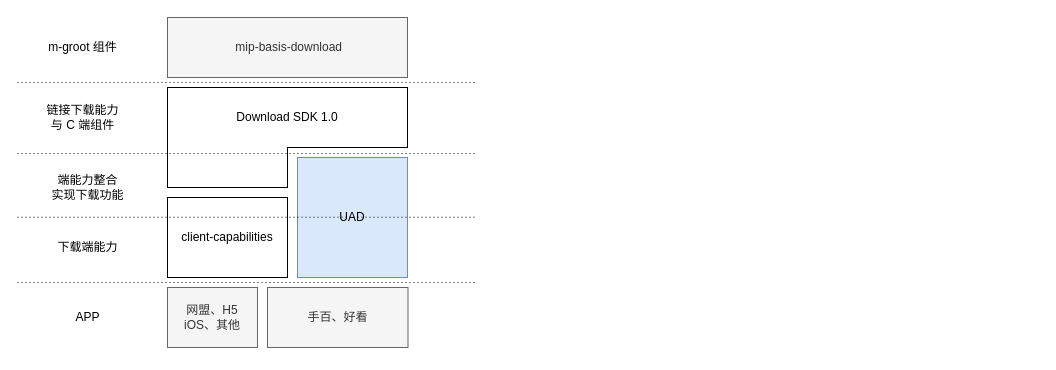
Earlier version of the draw.io diagram 下载 SDK 架构.drawio (qqqqqcy/processon). Source tidied: cells renumbered, new cells numbered last; positions are measured from the earlier drawing's top-left corner, leaving out a move shared by most shapes. Both pictures are drawn from the tidied source at 100%, with x=0, y=0 at pixel (17, 17).
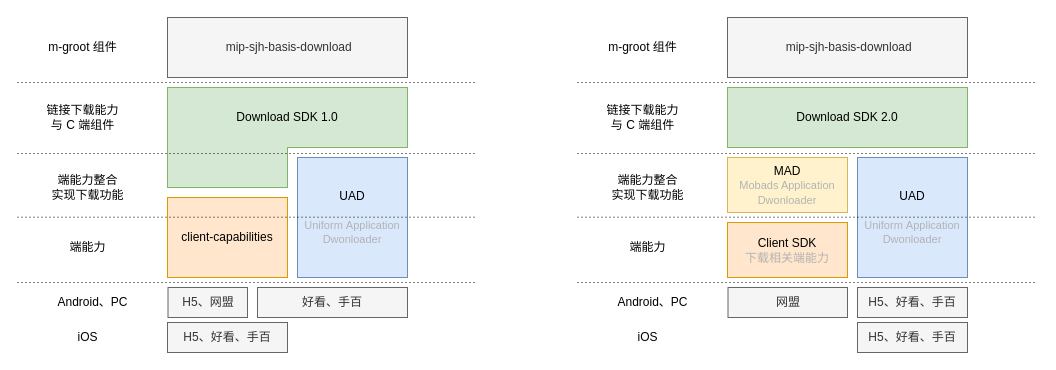
The same diagram, later.

Commit message (it also covers changes not shown here):
更新下载 SDK 架构.drawio

What changed in the source:
```diff
@@
-    <mxCell id="2" value="Download SDK 1.0" style="rounded=0;whiteSpace=wrap;html=1;" parent="1" vertex="1">
+    <mxCell id="2" value="Download SDK 1.0" style="rounded=0;whiteSpace=wrap;html=1;fillColor=#d5e8d4;strokeColor=#82b366;" parent="1" vertex="1">
       <mxGeometry x="150" y="70" width="240" height="60" as="geometry" />
     </mxCell>
-    <mxCell id="3" style="rounded=0;whiteSpace=wrap;html=1;noLabel=0;" parent="1" vertex="1">
+    <mxCell id="3" style="rounded=0;whiteSpace=wrap;html=1;noLabel=0;fillColor=#d5e8d4;strokeColor=#82b366;" parent="1" vertex="1">
       <mxGeometry x="150" y="130" width="120" height="40" as="geometry" />
     </mxCell>
-    <mxCell id="4" style="rounded=0;whiteSpace=wrap;html=1;fillColor=#ffffff;gradientColor=none;strokeColor=none;imageWidth=23;" parent="1" vertex="1">
+    <mxCell id="4" style="rounded=0;whiteSpace=wrap;html=1;fillColor=#d5e8d4;imageWidth=23;strokeColor=none;" parent="1" vertex="1">
       <mxGeometry x="150.5" y="126" width="119" height="10" as="geometry" />
     </mxCell>
-    <mxCell id="5" value="UAD" style="rounded=0;whiteSpace=wrap;html=1;fillColor=#dae8fc;strokeColor=#6c8ebf;" parent="1" vertex="1">
+    <mxCell id="5" value="UAD&lt;br&gt;&lt;span style=&quot;color: rgb(179 , 179 , 179) ; font-size: 11px&quot;&gt;&lt;br&gt;Uniform&amp;nbsp;Application Dwonloader&lt;/span&gt;" style="rounded=0;whiteSpace=wrap;html=1;fillColor=#dae8fc;strokeColor=#6c8ebf;" parent="1" vertex="1">
       <mxGeometry x="280" y="140" width="110" height="120" as="geometry" />
     </mxCell>
-    <mxCell id="6" value="client-capabilities" style="rounded=0;whiteSpace=wrap;html=1;fillColor=#ffffff;gradientColor=none;" parent="1" vertex="1">
+    <mxCell id="6" value="client-capabilities" style="rounded=0;whiteSpace=wrap;html=1;fillColor=#ffe6cc;strokeColor=#d79b00;" parent="1" vertex="1">
       <mxGeometry x="150" y="180" width="120" height="80" as="geometry" />
     </mxCell>
@@
-    <mxCell id="10" value="下载端能力" style="text;html=1;align=center;verticalAlign=middle;strokeColor=none;" parent="1" vertex="1">
-      <mxGeometry x="30" y="220" width="80" height="20" as="geometry" />
+    <mxCell id="10" value="端能力" style="text;html=1;align=center;verticalAlign=middle;strokeColor=none;" parent="1" vertex="1">
+      <mxGeometry x="45" y="220" width="50" height="20" as="geometry" />
     </mxCell>
@@
-    <mxCell id="12" value="手百、好看" style="rounded=0;whiteSpace=wrap;html=1;fillColor=#f5f5f5;strokeColor=#666666;fontColor=#333333;" parent="1" vertex="1">
-      <mxGeometry x="250" y="270" width="140.5" height="60" as="geometry" />
-    </mxCell>
-    <mxCell id="13" value="网盟、H5&lt;br&gt;iOS、其他" style="rounded=0;whiteSpace=wrap;html=1;fillColor=#f5f5f5;strokeColor=#666666;fontColor=#333333;" parent="1" vertex="1">
-      <mxGeometry x="150" y="270" width="90" height="60" as="geometry" />
-    </mxCell>
-    <mxCell id="14" value="&amp;nbsp;mip-basis-download" style="rounded=0;whiteSpace=wrap;html=1;fillColor=#f5f5f5;strokeColor=#666666;fontColor=#333333;" parent="1" vertex="1">
+    <mxCell id="14" value="&amp;nbsp;mip-sjh-basis-download" style="rounded=0;whiteSpace=wrap;html=1;fillColor=#f5f5f5;strokeColor=#666666;fontColor=#333333;" parent="1" vertex="1">
       <mxGeometry x="150" width="240" height="60" as="geometry" />
     </mxCell>
@@
-    <mxCell id="16" value="APP" style="text;html=1;align=center;verticalAlign=middle;strokeColor=none;" parent="1" vertex="1">
-      <mxGeometry x="50" y="290" width="40" height="20" as="geometry" />
-    </mxCell>
@@
+    <mxCell id="19" value="Download SDK 2.0" style="rounded=0;whiteSpace=wrap;html=1;fillColor=#d5e8d4;strokeColor=#82b366;" parent="1" vertex="1">
+      <mxGeometry x="710" y="70" width="240" height="60" as="geometry" />
+    </mxCell>
+    <mxCell id="20" value="UAD&lt;br&gt;&lt;span style=&quot;font-size: 11px&quot;&gt;&lt;font color=&quot;#b3b3b3&quot;&gt;&lt;br&gt;Uniform&amp;nbsp;Application Dwonloader&lt;/font&gt;&lt;/span&gt;" style="rounded=0;whiteSpace=wrap;html=1;fillColor=#dae8fc;strokeColor=#6c8ebf;" parent="1" vertex="1">
+      <mxGeometry x="840" y="140" width="110" height="120" as="geometry" />
+    </mxCell>
+    <mxCell id="21" style="endArrow=none;dashed=1;html=1;dashPattern=1 3;strokeWidth=1;fillColor=#ffe6cc;" parent="1" edge="1">
+      <mxGeometry relative="1" as="geometry">
+        <mxPoint x="560" y="199.7" as="sourcePoint" />
+        <mxPoint x="1020" y="199.7" as="targetPoint" />
+      </mxGeometry>
+    </mxCell>
+    <mxCell id="22" style="endArrow=none;dashed=1;html=1;dashPattern=1 3;strokeWidth=1;fillColor=#ffe6cc;" parent="1" edge="1">
+      <mxGeometry relative="1" as="geometry">
+        <mxPoint x="560" y="136" as="sourcePoint" />
+        <mxPoint x="1020" y="136" as="targetPoint" />
+      </mxGeometry>
+    </mxCell>
+    <mxCell id="23" value="端能力整合&lt;br&gt;实现下载功能" style="text;html=1;align=center;verticalAlign=middle;strokeColor=none;" parent="1" vertex="1">
+      <mxGeometry x="585" y="155" width="90" height="30" as="geometry" />
+    </mxCell>
+    <mxCell id="24" value="端能力" style="text;html=1;align=center;verticalAlign=middle;strokeColor=none;" parent="1" vertex="1">
+      <mxGeometry x="605" y="220" width="50" height="20" as="geometry" />
+    </mxCell>
+    <mxCell id="25" value="链接下载能力&lt;br&gt;与 C 端组件" style="text;html=1;align=center;verticalAlign=middle;strokeColor=none;" parent="1" vertex="1">
+      <mxGeometry x="580" y="85" width="90" height="30" as="geometry" />
+    </mxCell>
+    <mxCell id="26" value="&amp;nbsp;mip-sjh-basis-download" style="rounded=0;whiteSpace=wrap;html=1;fillColor=#f5f5f5;strokeColor=#666666;fontColor=#333333;" parent="1" vertex="1">
+      <mxGeometry x="710" width="240" height="60" as="geometry" />
+    </mxCell>
+    <mxCell id="27" style="endArrow=none;dashed=1;html=1;dashPattern=1 3;strokeWidth=1;fillColor=#ffe6cc;" parent="1" edge="1">
+      <mxGeometry relative="1" as="geometry">
+        <mxPoint x="560" y="265" as="sourcePoint" />
+        <mxPoint x="1020" y="265" as="targetPoint" />
+      </mxGeometry>
+    </mxCell>
+    <mxCell id="28" value="m-groot 组件" style="text;html=1;align=center;verticalAlign=middle;strokeColor=none;" parent="1" vertex="1">
+      <mxGeometry x="585" y="20" width="80" height="20" as="geometry" />
+    </mxCell>
+    <mxCell id="29" style="endArrow=none;dashed=1;html=1;dashPattern=1 3;strokeWidth=1;fillColor=#ffe6cc;" parent="1" edge="1">
+      <mxGeometry relative="1" as="geometry">
+        <mxPoint x="560" y="65" as="sourcePoint" />
+        <mxPoint x="1020" y="65" as="targetPoint" />
+      </mxGeometry>
+    </mxCell>
+    <mxCell id="30" value="Client SDK&lt;br&gt;&lt;font color=&quot;#b3b3b3&quot;&gt;下载相关端能力&lt;/font&gt;" style="rounded=0;whiteSpace=wrap;html=1;fillColor=#ffe6cc;strokeColor=#d79b00;" parent="1" vertex="1">
+      <mxGeometry x="710" y="205" width="120" height="55" as="geometry" />
+    </mxCell>
+    <mxCell id="31" value="MAD&lt;br&gt;&lt;font style=&quot;font-size: 11px&quot; color=&quot;#b3b3b3&quot;&gt;Mobads Application Dwonloader&lt;/font&gt;" style="rounded=0;whiteSpace=wrap;html=1;fillColor=#fff2cc;strokeColor=#d6b656;" parent="1" vertex="1">
+      <mxGeometry x="710" y="140" width="120" height="55" as="geometry" />
+    </mxCell>
+    <mxCell id="32" value="好看、手百" style="rounded=0;whiteSpace=wrap;html=1;fillColor=#f5f5f5;strokeColor=#666666;fontColor=#333333;" parent="1" vertex="1">
+      <mxGeometry x="240" y="270" width="150" height="30" as="geometry" />
+    </mxCell>
+    <mxCell id="33" value="H5、好看、手百" style="rounded=0;whiteSpace=wrap;html=1;fillColor=#f5f5f5;strokeColor=#666666;fontColor=#333333;" parent="1" vertex="1">
+      <mxGeometry x="150" y="305" width="120" height="30" as="geometry" />
+    </mxCell>
+    <mxCell id="34" value="H5、网盟" style="rounded=0;whiteSpace=wrap;html=1;fillColor=#f5f5f5;strokeColor=#666666;fontColor=#333333;" parent="1" vertex="1">
+      <mxGeometry x="150.5" y="270" width="79.5" height="30" as="geometry" />
+    </mxCell>
+    <mxCell id="35" value="Android、PC" style="text;html=1;align=center;verticalAlign=middle;strokeColor=none;" parent="1" vertex="1">
+      <mxGeometry x="30" y="275" width="90" height="20" as="geometry" />
+    </mxCell>
+    <mxCell id="36" value="iOS" style="text;html=1;align=center;verticalAlign=middle;strokeColor=none;" parent="1" vertex="1">
+      <mxGeometry x="50" y="310" width="40" height="20" as="geometry" />
+    </mxCell>
+    <mxCell id="37" value="Android、PC" style="text;html=1;align=center;verticalAlign=middle;strokeColor=none;" parent="1" vertex="1">
+      <mxGeometry x="590" y="275" width="90" height="20" as="geometry" />
+    </mxCell>
+    <mxCell id="38" value="iOS" style="text;html=1;align=center;verticalAlign=middle;strokeColor=none;" parent="1" vertex="1">
+      <mxGeometry x="610" y="310" width="40" height="20" as="geometry" />
+    </mxCell>
+    <mxCell id="39" value="H5、好看、手百" style="rounded=0;whiteSpace=wrap;html=1;fillColor=#f5f5f5;strokeColor=#666666;fontColor=#333333;" parent="1" vertex="1">
+      <mxGeometry x="840" y="270" width="110" height="30" as="geometry" />
+    </mxCell>
+    <mxCell id="40" value="H5、好看、手百" style="rounded=0;whiteSpace=wrap;html=1;fillColor=#f5f5f5;strokeColor=#666666;fontColor=#333333;" parent="1" vertex="1">
+      <mxGeometry x="840" y="305" width="110" height="30" as="geometry" />
+    </mxCell>
+    <mxCell id="41" value="网盟" style="rounded=0;whiteSpace=wrap;html=1;fillColor=#f5f5f5;strokeColor=#666666;fontColor=#333333;" parent="1" vertex="1">
+      <mxGeometry x="710.5" y="270" width="119.5" height="30" as="geometry" />
+    </mxCell>
```
